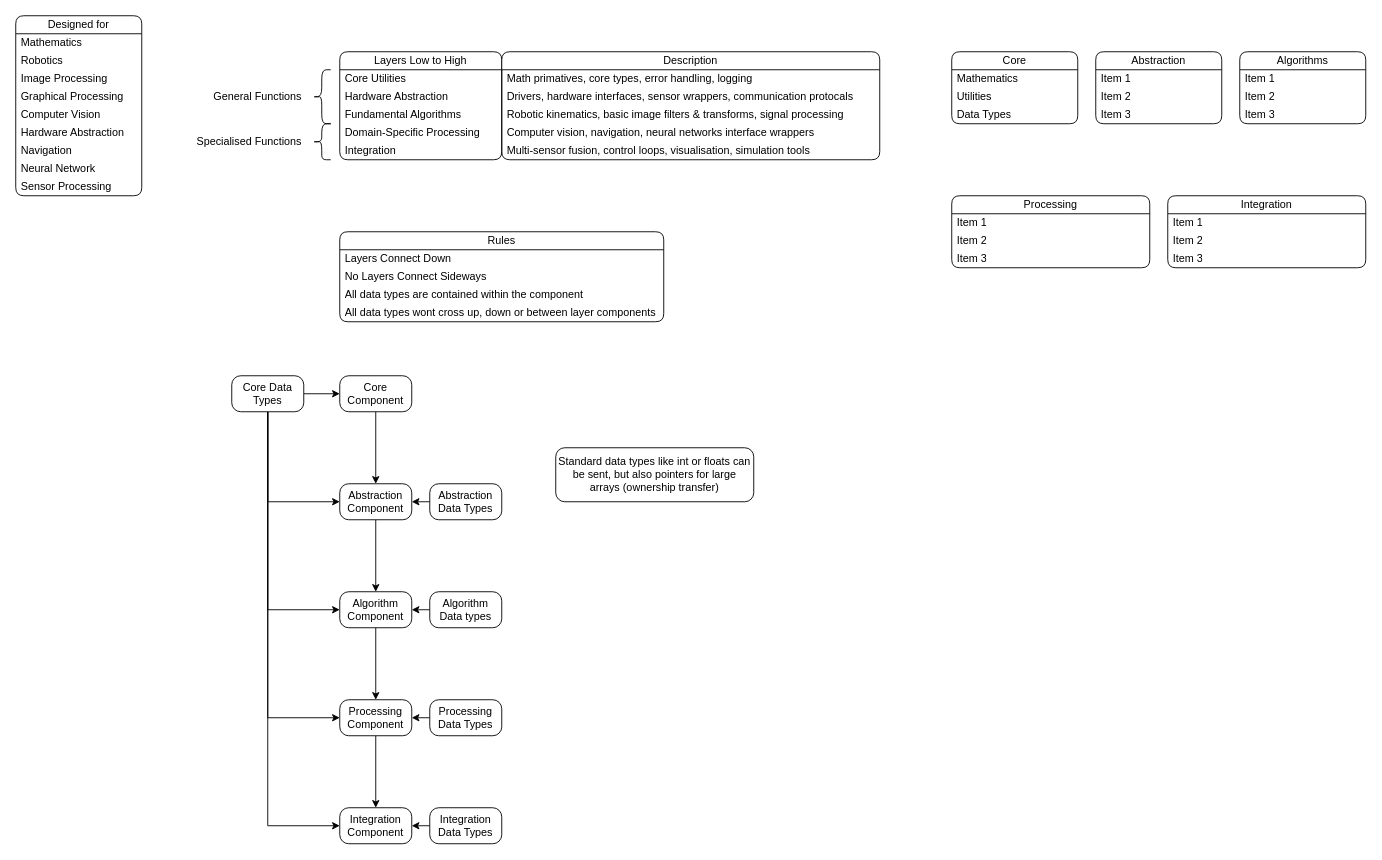
Earlier version of the draw.io diagram page "Brainstorming" (1 of 2) of Documentation/Brainstorming.drawio (XCR1793/ARCOS). Source tidied: cells renumbered, new cells numbered last; positions are measured from the earlier drawing's top-left corner, leaving out a move shared by most shapes. Both pictures are drawn from the tidied source at 90%, with x=0, y=0 at pixel (15, 15).
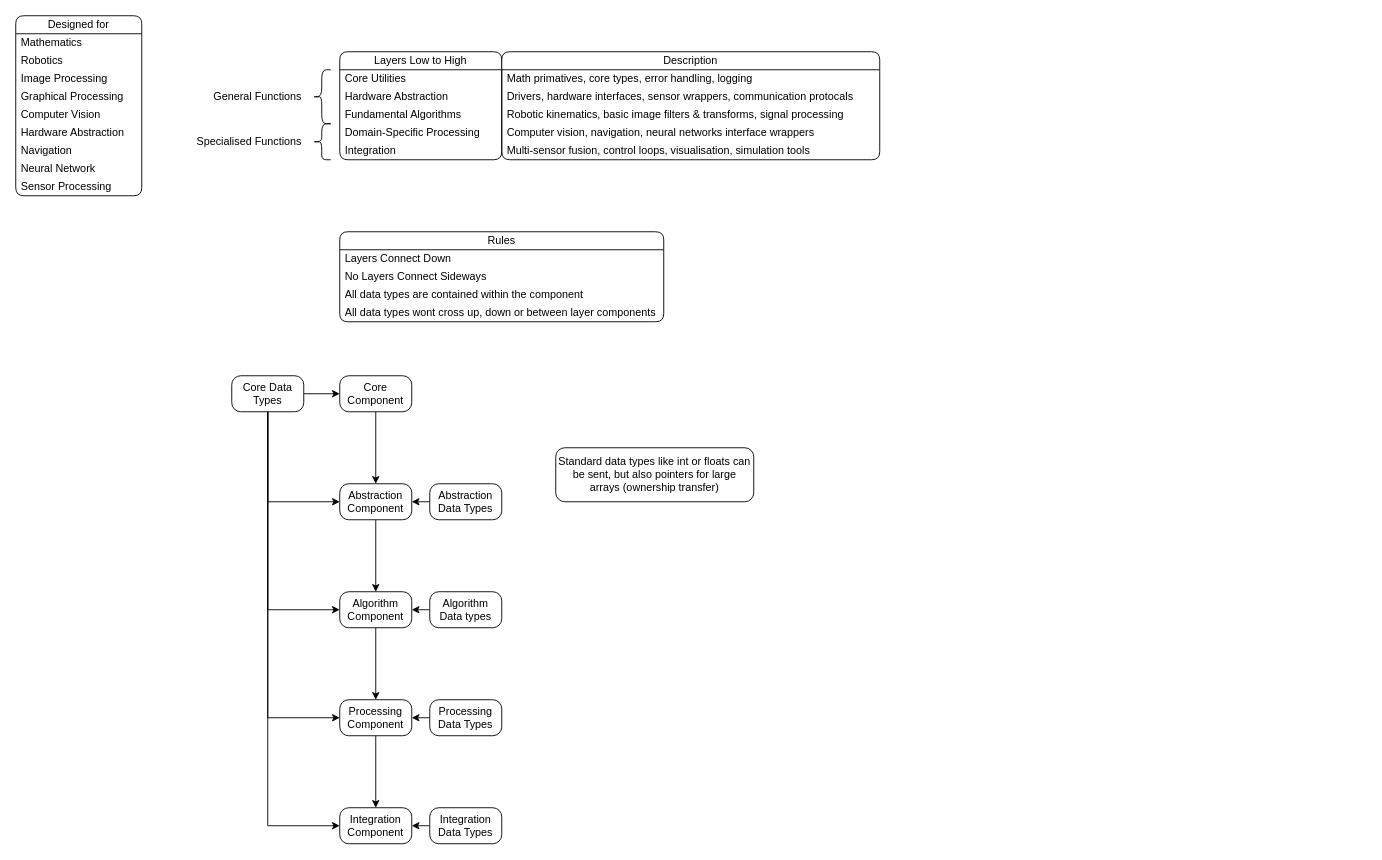
After the change.

Commit message:
Added Library Structuring Ideation

Diff of the diagram source:
```diff
@@
-    <mxCell id="57" value="Core" style="swimlane;fontStyle=0;horizontal=1;startSize=20;whiteSpace=wrap;html=1;rounded=1;" parent="1" vertex="1">
-      <mxGeometry x="1040" y="40" width="140" height="80" as="geometry" />
-    </mxCell>
-    <mxCell id="58" value="Mathematics" style="text;strokeColor=none;fillColor=none;align=left;verticalAlign=middle;spacingLeft=4;spacingRight=4;overflow=hidden;whiteSpace=wrap;html=1;" parent="57" vertex="1">
-      <mxGeometry y="20" width="140" height="20" as="geometry" />
-    </mxCell>
-    <mxCell id="59" value="Utilities" style="text;strokeColor=none;fillColor=none;align=left;verticalAlign=middle;spacingLeft=4;spacingRight=4;overflow=hidden;whiteSpace=wrap;html=1;" parent="57" vertex="1">
-      <mxGeometry y="40" width="140" height="20" as="geometry" />
-    </mxCell>
-    <mxCell id="60" value="Data Types" style="text;strokeColor=none;fillColor=none;align=left;verticalAlign=middle;spacingLeft=4;spacingRight=4;overflow=hidden;whiteSpace=wrap;html=1;" parent="57" vertex="1">
-      <mxGeometry y="60" width="140" height="20" as="geometry" />
-    </mxCell>
-    <mxCell id="61" value="Abstraction" style="swimlane;fontStyle=0;horizontal=1;startSize=20;whiteSpace=wrap;html=1;rounded=1;" parent="1" vertex="1">
-      <mxGeometry x="1200" y="40" width="140" height="80" as="geometry" />
-    </mxCell>
-    <mxCell id="62" value="Item 1" style="text;strokeColor=none;fillColor=none;align=left;verticalAlign=middle;spacingLeft=4;spacingRight=4;overflow=hidden;whiteSpace=wrap;html=1;" parent="61" vertex="1">
-      <mxGeometry y="20" width="140" height="20" as="geometry" />
-    </mxCell>
-    <mxCell id="63" value="Item 2" style="text;strokeColor=none;fillColor=none;align=left;verticalAlign=middle;spacingLeft=4;spacingRight=4;overflow=hidden;whiteSpace=wrap;html=1;" parent="61" vertex="1">
-      <mxGeometry y="40" width="140" height="20" as="geometry" />
-    </mxCell>
-    <mxCell id="64" value="Item 3" style="text;strokeColor=none;fillColor=none;align=left;verticalAlign=middle;spacingLeft=4;spacingRight=4;overflow=hidden;whiteSpace=wrap;html=1;" parent="61" vertex="1">
-      <mxGeometry y="60" width="140" height="20" as="geometry" />
-    </mxCell>
-    <mxCell id="65" value="Algorithms" style="swimlane;fontStyle=0;horizontal=1;startSize=20;whiteSpace=wrap;html=1;rounded=1;" parent="1" vertex="1">
-      <mxGeometry x="1360" y="40" width="140" height="80" as="geometry" />
-    </mxCell>
-    <mxCell id="66" value="Item 1" style="text;strokeColor=none;fillColor=none;align=left;verticalAlign=middle;spacingLeft=4;spacingRight=4;overflow=hidden;whiteSpace=wrap;html=1;" parent="65" vertex="1">
-      <mxGeometry y="20" width="140" height="20" as="geometry" />
-    </mxCell>
-    <mxCell id="67" value="Item 2" style="text;strokeColor=none;fillColor=none;align=left;verticalAlign=middle;spacingLeft=4;spacingRight=4;overflow=hidden;whiteSpace=wrap;html=1;" parent="65" vertex="1">
-      <mxGeometry y="40" width="140" height="20" as="geometry" />
-    </mxCell>
-    <mxCell id="68" value="Item 3" style="text;strokeColor=none;fillColor=none;align=left;verticalAlign=middle;spacingLeft=4;spacingRight=4;overflow=hidden;whiteSpace=wrap;html=1;" parent="65" vertex="1">
-      <mxGeometry y="60" width="140" height="20" as="geometry" />
-    </mxCell>
-    <mxCell id="69" value="Processing" style="swimlane;fontStyle=0;horizontal=1;startSize=20;whiteSpace=wrap;html=1;rounded=1;" parent="1" vertex="1">
-      <mxGeometry x="1040" y="200" width="220" height="80" as="geometry" />
-    </mxCell>
-    <mxCell id="70" value="Item 1" style="text;strokeColor=none;fillColor=none;align=left;verticalAlign=middle;spacingLeft=4;spacingRight=4;overflow=hidden;whiteSpace=wrap;html=1;" parent="69" vertex="1">
-      <mxGeometry y="20" width="220" height="20" as="geometry" />
-    </mxCell>
-    <mxCell id="71" value="Item 2" style="text;strokeColor=none;fillColor=none;align=left;verticalAlign=middle;spacingLeft=4;spacingRight=4;overflow=hidden;whiteSpace=wrap;html=1;" parent="69" vertex="1">
-      <mxGeometry y="40" width="220" height="20" as="geometry" />
-    </mxCell>
-    <mxCell id="72" value="Item 3" style="text;strokeColor=none;fillColor=none;align=left;verticalAlign=middle;spacingLeft=4;spacingRight=4;overflow=hidden;whiteSpace=wrap;html=1;" parent="69" vertex="1">
-      <mxGeometry y="60" width="220" height="20" as="geometry" />
-    </mxCell>
-    <mxCell id="73" value="Integration" style="swimlane;fontStyle=0;horizontal=1;startSize=20;whiteSpace=wrap;html=1;rounded=1;" parent="1" vertex="1">
-      <mxGeometry x="1280" y="200" width="220" height="80" as="geometry" />
-    </mxCell>
-    <mxCell id="74" value="Item 1" style="text;strokeColor=none;fillColor=none;align=left;verticalAlign=middle;spacingLeft=4;spacingRight=4;overflow=hidden;whiteSpace=wrap;html=1;" parent="73" vertex="1">
-      <mxGeometry y="20" width="220" height="20" as="geometry" />
-    </mxCell>
-    <mxCell id="75" value="Item 2" style="text;strokeColor=none;fillColor=none;align=left;verticalAlign=middle;spacingLeft=4;spacingRight=4;overflow=hidden;whiteSpace=wrap;html=1;" parent="73" vertex="1">
-      <mxGeometry y="40" width="220" height="20" as="geometry" />
-    </mxCell>
-    <mxCell id="76" value="Item 3" style="text;strokeColor=none;fillColor=none;align=left;verticalAlign=middle;spacingLeft=4;spacingRight=4;overflow=hidden;whiteSpace=wrap;html=1;" parent="73" vertex="1">
-      <mxGeometry y="60" width="220" height="20" as="geometry" />
-    </mxCell>
```
